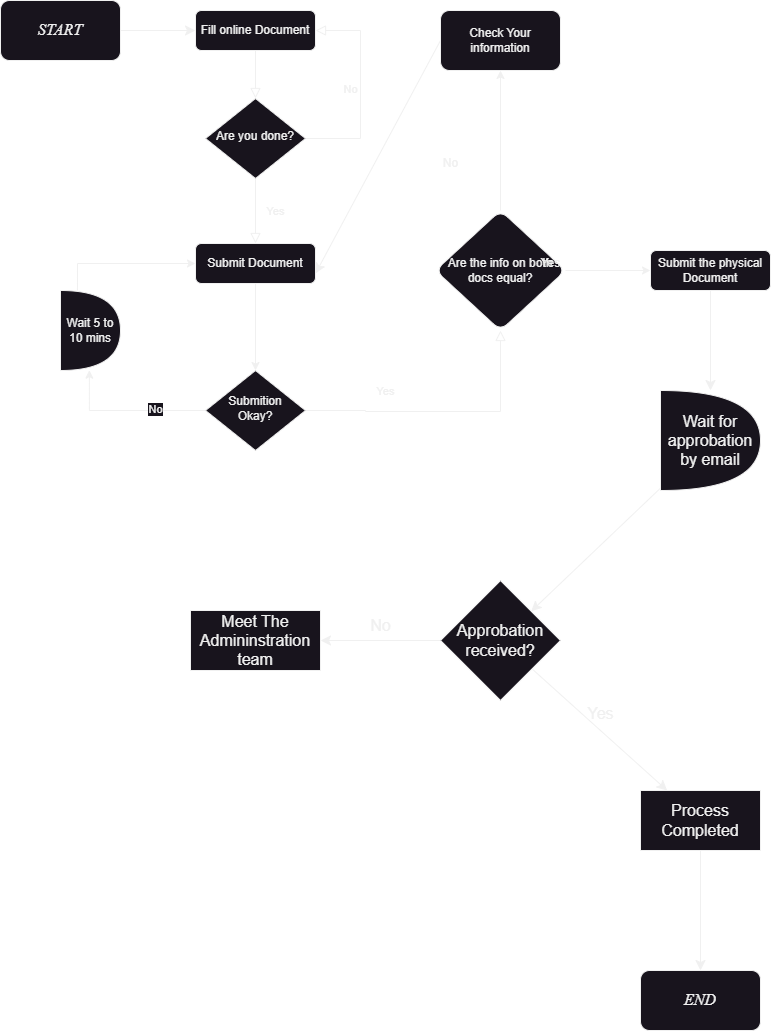
This is Software Design And Modeling/FlowChart-CA.png from Nde-Dilan/ICT-UFALL, a draw.io export, as it was before one commit. Source tidied: cells renumbered, new cells last; positions are measured from the earlier drawing's top-left corner, leaving out a move shared by most shapes.
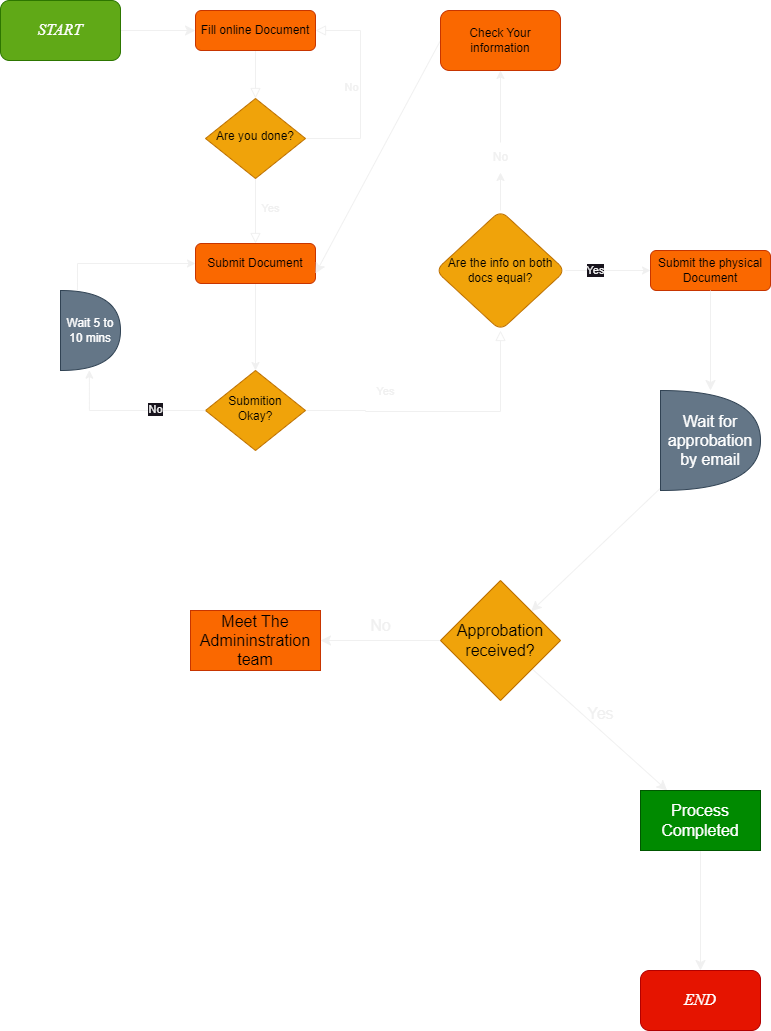
The same file after the commit.

Diff of the diagram source:
```diff
@@ -1,25 +1,25 @@
-<mxGraphModel>
+<mxGraphModel background="#1A1A1A">
   <root>
     <mxCell id="0" />
     <mxCell id="1" parent="0" />
     <mxCell id="2" style="rounded=0;html=1;jettySize=auto;fontSize=11;endArrow=block;endFill=0;endSize=8;strokeWidth=1;shadow=0;labelBackgroundColor=none;edgeStyle=orthogonalEdgeStyle;" parent="1" edge="1" source="3" target="6">
       <mxGeometry relative="1" as="geometry" />
     </mxCell>
-    <mxCell id="3" value="Fill online Document" style="rounded=1;whiteSpace=wrap;html=1;fontSize=12;glass=0;strokeWidth=1;shadow=0;" parent="1" vertex="1">
+    <mxCell id="3" value="Fill online Document" style="rounded=1;whiteSpace=wrap;html=1;fontSize=12;glass=0;strokeWidth=1;shadow=0;fillColor=#fa6800;fontColor=#000000;strokeColor=#C73500;" parent="1" vertex="1">
       <mxGeometry x="195" y="10" width="120" height="40" as="geometry" />
     </mxCell>
     <mxCell id="4" value="Yes" style="rounded=0;html=1;jettySize=auto;fontSize=11;endArrow=block;endFill=0;endSize=8;strokeWidth=1;shadow=0;labelBackgroundColor=none;edgeStyle=orthogonalEdgeStyle;entryX=0.5;entryY=0;entryDx=0;entryDy=0;" parent="1" edge="1" source="6" target="11">
-      <mxGeometry y="20" relative="1" as="geometry" />
+      <mxGeometry x="-0.08" y="15" relative="1" as="geometry" />
     </mxCell>
     <mxCell id="5" value="No" style="edgeStyle=orthogonalEdgeStyle;rounded=0;html=1;jettySize=auto;fontSize=11;endArrow=block;endFill=0;endSize=8;strokeWidth=1;shadow=0;labelBackgroundColor=none;entryX=1;entryY=0.5;entryDx=0;entryDy=0;" parent="1" edge="1" source="6" target="3">
-      <mxGeometry y="10" relative="1" as="geometry">
+      <mxGeometry x="0.02" y="9" relative="1" as="geometry">
         <Array as="points">
           <mxPoint x="360" y="138" />
           <mxPoint x="360" y="30" />
         </Array>
       </mxGeometry>
     </mxCell>
-    <mxCell id="6" value="Are you done?" style="rhombus;whiteSpace=wrap;html=1;shadow=0;fontFamily=Helvetica;fontSize=12;align=center;strokeWidth=1;spacing=6;spacingTop=-4;" parent="1" vertex="1">
+    <mxCell id="6" value="Are you done?" style="rhombus;whiteSpace=wrap;html=1;shadow=0;fontFamily=Helvetica;fontSize=12;align=center;strokeWidth=1;spacing=6;spacingTop=-4;fillColor=#f0a30a;fontColor=#000000;strokeColor=#BD7000;" parent="1" vertex="1">
       <mxGeometry x="205" y="98" width="100" height="80" as="geometry" />
     </mxCell>
     <mxCell id="7" value="Yes" style="rounded=0;html=1;jettySize=auto;fontSize=11;endArrow=block;endFill=0;endSize=8;strokeWidth=1;shadow=0;labelBackgroundColor=none;edgeStyle=orthogonalEdgeStyle;entryX=0.5;entryY=1;entryDx=0;entryDy=0;entryPerimeter=0;" parent="1" edge="1" source="8" target="18">
@@ -30,19 +30,19 @@
         </Array>
       </mxGeometry>
     </mxCell>
-    <mxCell id="8" value="Submition Okay?" style="rhombus;whiteSpace=wrap;html=1;shadow=0;fontFamily=Helvetica;fontSize=12;align=center;strokeWidth=1;spacing=6;spacingTop=-4;" parent="1" vertex="1">
+    <mxCell id="8" value="Submition Okay?" style="rhombus;whiteSpace=wrap;html=1;shadow=0;fontFamily=Helvetica;fontSize=12;align=center;strokeWidth=1;spacing=6;spacingTop=-4;fillColor=#f0a30a;fontColor=#000000;strokeColor=#BD7000;" parent="1" vertex="1">
       <mxGeometry x="205" y="370" width="100" height="80" as="geometry" />
     </mxCell>
-    <mxCell id="9" value="Submit the physical Document" style="rounded=1;whiteSpace=wrap;html=1;fontSize=12;glass=0;strokeWidth=1;shadow=0;" parent="1" vertex="1">
+    <mxCell id="9" value="Submit the physical Document" style="rounded=1;whiteSpace=wrap;html=1;fontSize=12;glass=0;strokeWidth=1;shadow=0;fillColor=#fa6800;fontColor=#000000;strokeColor=#C73500;" parent="1" vertex="1">
       <mxGeometry x="650" y="250" width="120" height="40" as="geometry" />
     </mxCell>
     <mxCell id="10" style="edgeStyle=orthogonalEdgeStyle;rounded=0;jettySize=auto;html=1;exitX=0.5;exitY=1;exitDx=0;exitDy=0;entryX=0.5;entryY=0;entryDx=0;entryDy=0;" parent="1" edge="1" source="11" target="8">
       <mxGeometry relative="1" as="geometry" />
     </mxCell>
-    <mxCell id="11" value="Submit Document" style="rounded=1;whiteSpace=wrap;html=1;fontSize=12;glass=0;strokeWidth=1;shadow=0;" parent="1" vertex="1">
+    <mxCell id="11" value="Submit Document" style="rounded=1;whiteSpace=wrap;html=1;fontSize=12;glass=0;strokeWidth=1;shadow=0;fillColor=#fa6800;fontColor=#000000;strokeColor=#C73500;" parent="1" vertex="1">
       <mxGeometry x="195" y="243" width="120" height="40" as="geometry" />
     </mxCell>
-    <mxCell id="12" value="Wait 5 to 10 mins" style="shape=or;whiteSpace=wrap;html=1;" parent="1" vertex="1">
+    <mxCell id="12" value="Wait 5 to 10 mins" style="shape=or;whiteSpace=wrap;html=1;fillColor=#647687;fontColor=#ffffff;strokeColor=#314354;" parent="1" vertex="1">
       <mxGeometry x="60" y="290" width="60" height="80" as="geometry" />
     </mxCell>
     <mxCell id="13" style="edgeStyle=orthogonalEdgeStyle;rounded=0;jettySize=auto;html=1;exitX=0;exitY=0.5;exitDx=0;exitDy=0;entryX=0.481;entryY=0.996;entryDx=0;entryDy=0;entryPerimeter=0;" parent="1" edge="1" source="8" target="12">
@@ -63,28 +63,25 @@
         <mxPoint x="650" y="270" as="targetPoint" />
       </mxGeometry>
     </mxCell>
+    <mxCell id="19" value="Yes" style="edgeLabel;html=1;align=center;verticalAlign=middle;" parent="16" vertex="1">
+      <mxGeometry x="-0.32" y="1" relative="1" as="geometry" />
+    </mxCell>
-    <mxCell id="17" style="edgeStyle=orthogonalEdgeStyle;rounded=0;jettySize=auto;html=1;" parent="1" edge="1" source="18" target="21">
+    <mxCell id="17" style="edgeStyle=orthogonalEdgeStyle;rounded=0;jettySize=auto;html=1;" parent="1" edge="1" source="22" target="21">
       <mxGeometry relative="1" as="geometry" />
     </mxCell>
-    <mxCell id="18" value="Are the info on both docs equal?" style="rhombus;whiteSpace=wrap;html=1;rounded=1;glass=0;strokeWidth=1;shadow=0;" parent="1" vertex="1">
+    <mxCell id="18" value="Are the info on both docs equal?" style="rhombus;whiteSpace=wrap;html=1;rounded=1;glass=0;strokeWidth=1;shadow=0;fillColor=#f0a30a;fontColor=#000000;strokeColor=#BD7000;" parent="1" vertex="1">
       <mxGeometry x="435" y="210" width="130" height="120" as="geometry" />
     </mxCell>
-    <mxCell id="19" value="Yes" style="text;html=1;align=center;verticalAlign=middle;strokeColor=none;fillColor=none;" parent="1" vertex="1">
-      <mxGeometry x="530" y="248" width="40" height="30" as="geometry" />
-    </mxCell>
     <mxCell id="20" style="edgeStyle=none;curved=1;rounded=0;jettySize=auto;html=1;exitX=0;exitY=0.5;exitDx=0;exitDy=0;entryX=1;entryY=0.75;entryDx=0;entryDy=0;fontSize=12;startSize=8;endSize=8;" parent="1" edge="1" source="21" target="11">
       <mxGeometry relative="1" as="geometry" />
     </mxCell>
-    <mxCell id="21" value="Check Your information" style="whiteSpace=wrap;html=1;rounded=1;glass=0;strokeWidth=1;shadow=0;" parent="1" vertex="1">
+    <mxCell id="21" value="Check Your information" style="whiteSpace=wrap;html=1;rounded=1;glass=0;strokeWidth=1;shadow=0;fillColor=#fa6800;fontColor=#000000;strokeColor=#C73500;" parent="1" vertex="1">
       <mxGeometry x="440" y="10" width="120" height="60" as="geometry" />
     </mxCell>
-    <mxCell id="22" value="No" style="text;html=1;align=center;verticalAlign=middle;points=[];strokeColor=none;fillColor=none;" parent="1" vertex="1">
-      <mxGeometry x="430" y="148" width="40" height="30" as="geometry" />
-    </mxCell>
     <mxCell id="23" style="edgeStyle=none;curved=1;rounded=0;jettySize=auto;html=1;fontSize=12;startSize=8;endSize=8;" parent="1" edge="1" source="24" target="28">
       <mxGeometry relative="1" as="geometry" />
     </mxCell>
-    <mxCell id="24" value="Wait for approbation by email" style="shape=or;whiteSpace=wrap;html=1;fontSize=16;" parent="1" vertex="1">
+    <mxCell id="24" value="Wait for approbation by email" style="shape=or;whiteSpace=wrap;html=1;fontSize=16;fillColor=#647687;strokeColor=#314354;fontColor=#ffffff;" parent="1" vertex="1">
       <mxGeometry x="660" y="390" width="100" height="100" as="geometry" />
     </mxCell>
     <mxCell id="25" style="edgeStyle=none;curved=1;rounded=0;jettySize=auto;html=1;exitX=0.5;exitY=1;exitDx=0;exitDy=0;fontSize=12;startSize=8;endSize=8;" parent="1" edge="1" source="9">
@@ -98,10 +95,10 @@
     <mxCell id="27" style="edgeStyle=none;curved=1;rounded=0;jettySize=auto;html=1;fontSize=12;startSize=8;endSize=8;" parent="1" edge="1" source="28" target="32">
       <mxGeometry relative="1" as="geometry" />
     </mxCell>
-    <mxCell id="28" value="Approbation received?" style="rhombus;whiteSpace=wrap;html=1;fontSize=16;" parent="1" vertex="1">
+    <mxCell id="28" value="Approbation received?" style="rhombus;whiteSpace=wrap;html=1;fontSize=16;fillColor=#f0a30a;fontColor=#000000;strokeColor=#BD7000;" parent="1" vertex="1">
       <mxGeometry x="440" y="580" width="120" height="120" as="geometry" />
     </mxCell>
-    <mxCell id="29" value="Meet The Admininstration team" style="whiteSpace=wrap;html=1;fontSize=16;" parent="1" vertex="1">
+    <mxCell id="29" value="Meet The Admininstration team" style="whiteSpace=wrap;html=1;fontSize=16;fillColor=#fa6800;fontColor=#000000;strokeColor=#C73500;" parent="1" vertex="1">
       <mxGeometry x="190" y="610" width="130" height="60" as="geometry" />
     </mxCell>
     <mxCell id="30" value="No" style="text;html=1;align=center;verticalAlign=middle;strokeColor=none;fillColor=none;fontSize=16;" parent="1" vertex="1">
@@ -110,20 +107,26 @@
     <mxCell id="31" style="edgeStyle=none;curved=1;rounded=0;jettySize=auto;html=1;fontSize=12;startSize=8;endSize=8;" parent="1" edge="1" source="32" target="34">
       <mxGeometry relative="1" as="geometry" />
     </mxCell>
-    <mxCell id="32" value="Process Completed" style="whiteSpace=wrap;html=1;fontSize=16;" parent="1" vertex="1">
+    <mxCell id="32" value="Process Completed" style="whiteSpace=wrap;html=1;fontSize=16;fillColor=#008a00;fontColor=#ffffff;strokeColor=#005700;" parent="1" vertex="1">
       <mxGeometry x="640" y="790" width="120" height="60" as="geometry" />
     </mxCell>
     <mxCell id="33" value="Yes" style="text;html=1;align=center;verticalAlign=middle;strokeColor=none;fillColor=none;fontSize=16;" parent="1" vertex="1">
       <mxGeometry x="575" y="698" width="50" height="30" as="geometry" />
     </mxCell>
-    <mxCell id="34" value="&lt;pre&gt;&lt;font face=&quot;Times New Roman&quot;&gt;&lt;i&gt;END&lt;/i&gt;&lt;/font&gt;&lt;/pre&gt;" style="whiteSpace=wrap;html=1;fontSize=16;rounded=1;" parent="1" vertex="1">
+    <mxCell id="34" value="&lt;pre&gt;&lt;font face=&quot;Times New Roman&quot;&gt;&lt;i&gt;END&lt;/i&gt;&lt;/font&gt;&lt;/pre&gt;" style="whiteSpace=wrap;html=1;fontSize=16;rounded=1;fillColor=#e51400;fontColor=#ffffff;strokeColor=#B20000;" parent="1" vertex="1">
       <mxGeometry x="640" y="970" width="120" height="60" as="geometry" />
     </mxCell>
     <mxCell id="35" style="edgeStyle=none;curved=1;rounded=0;jettySize=auto;html=1;exitX=1;exitY=0.5;exitDx=0;exitDy=0;entryX=0;entryY=0.5;entryDx=0;entryDy=0;fontSize=12;startSize=8;endSize=8;" parent="1" edge="1" source="36" target="3">
       <mxGeometry relative="1" as="geometry" />
     </mxCell>
-    <mxCell id="36" value="&lt;pre&gt;&lt;font face=&quot;Times New Roman&quot;&gt;&lt;i&gt;START&lt;/i&gt;&lt;/font&gt;&lt;/pre&gt;" style="whiteSpace=wrap;html=1;fontSize=16;rounded=1;" parent="1" vertex="1">
+    <mxCell id="36" value="&lt;pre&gt;&lt;font face=&quot;Times New Roman&quot;&gt;&lt;i&gt;START&lt;/i&gt;&lt;/font&gt;&lt;/pre&gt;" style="whiteSpace=wrap;html=1;fontSize=16;rounded=1;fillColor=#60a917;fontColor=#ffffff;strokeColor=#2D7600;" parent="1" vertex="1">
       <mxGeometry width="120" height="60" as="geometry" />
     </mxCell>
+    <mxCell id="37" style="edgeStyle=orthogonalEdgeStyle;rounded=0;jettySize=auto;html=1;" parent="1" edge="1" source="18" target="22">
+      <mxGeometry relative="1" as="geometry" />
+    </mxCell>
+    <mxCell id="22" value="No" style="text;html=1;align=center;verticalAlign=middle;points=[];strokeColor=none;fillColor=none;" parent="1" vertex="1">
+      <mxGeometry x="480" y="142" width="40" height="30" as="geometry" />
+    </mxCell>
   </root>
 </mxGraphModel>
```
